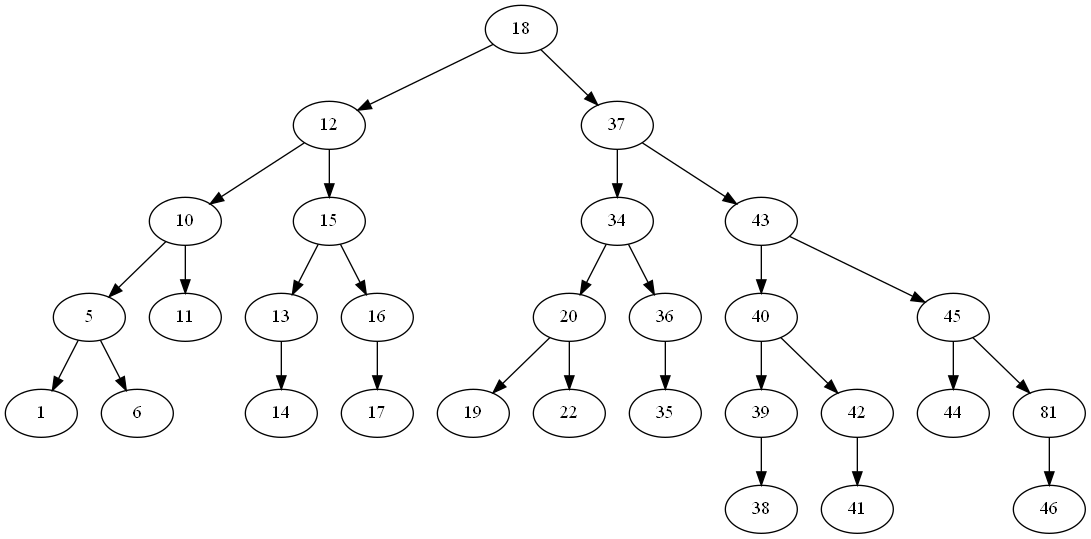
Earlier version of the Graphviz export lab_06_04/AVL.png (xanderkov/TASD). Its source is kept beside it as lab_06_04/out/AVL.gv.
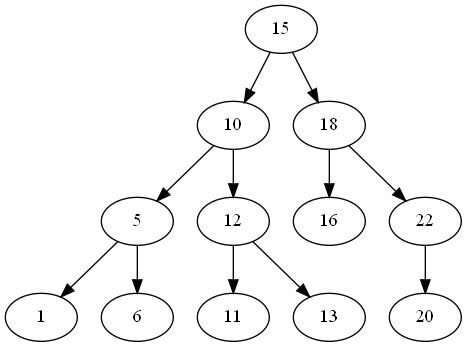
Later version of the same file.

The edit, as a diff of the source:
```diff
@@ -1,30 +1,13 @@
 digraph AVL {
-18 -> 12;
-18 -> 37;
-12 -> 10;
-12 -> 15;
+15 -> 10;
+15 -> 18;
 10 -> 5;
-10 -> 11;
+10 -> 12;
 5 -> 1;
 5 -> 6;
-15 -> 13;
-15 -> 16;
-13 -> 14;
-16 -> 17;
-37 -> 34;
-37 -> 43;
-34 -> 20;
-34 -> 36;
-20 -> 19;
-20 -> 22;
-36 -> 35;
-43 -> 40;
-43 -> 45;
-40 -> 39;
-40 -> 42;
-39 -> 38;
-42 -> 41;
-45 -> 44;
-45 -> 81;
-81 -> 46;
+12 -> 11;
+12 -> 13;
+18 -> 16;
+18 -> 22;
+22 -> 20;
 }
```
